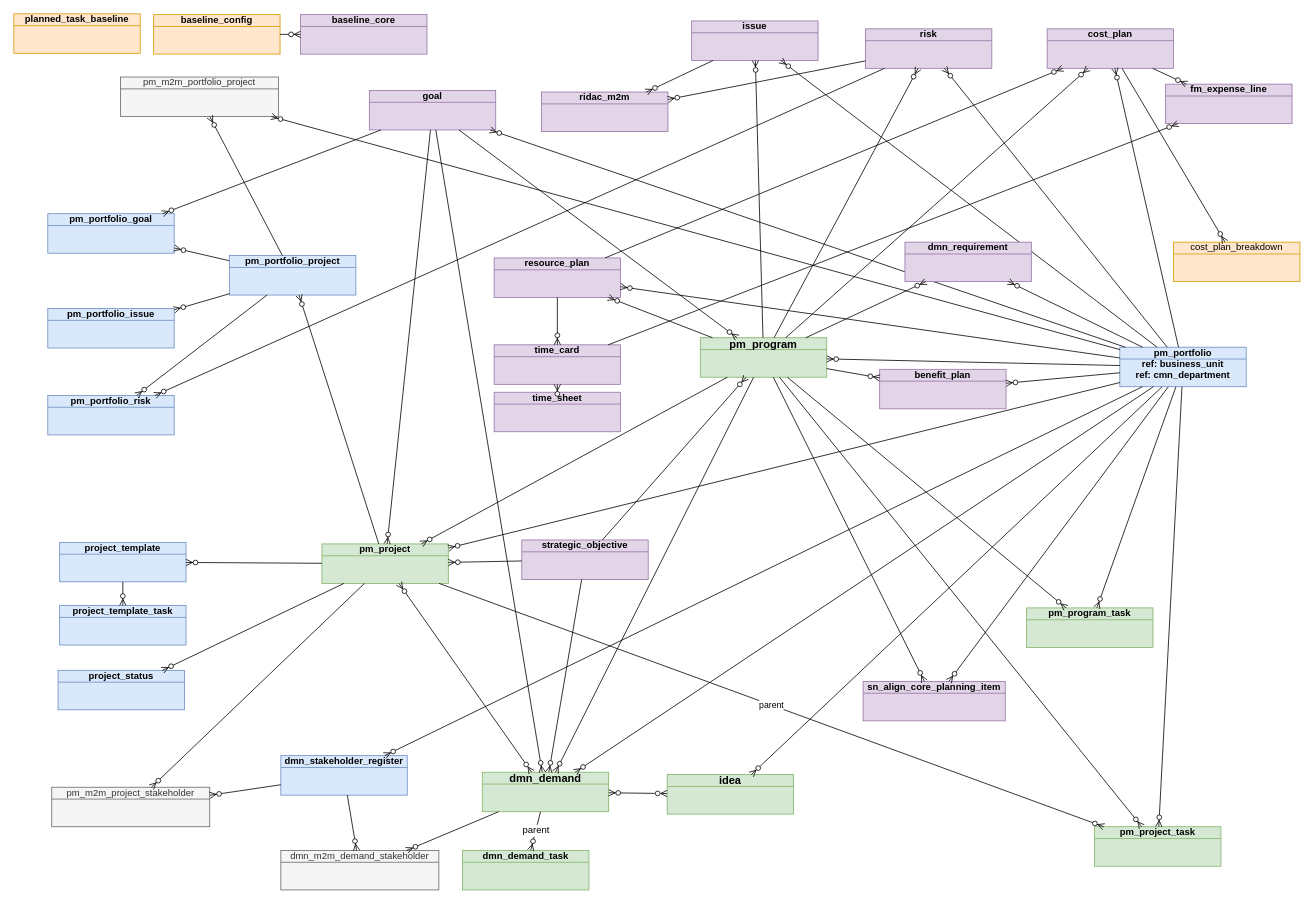
Before: page "justContextDB" (2 of 13) of JTI.drawio in algimas/tmp, a draw.io diagram. Source tidied: cells renumbered, new cells numbered last; positions are measured from the earlier drawing's top-left corner, leaving out a move shared by most shapes. Both pictures are drawn from the tidied source at 79%, with x=0, y=0 at pixel (13, 13).
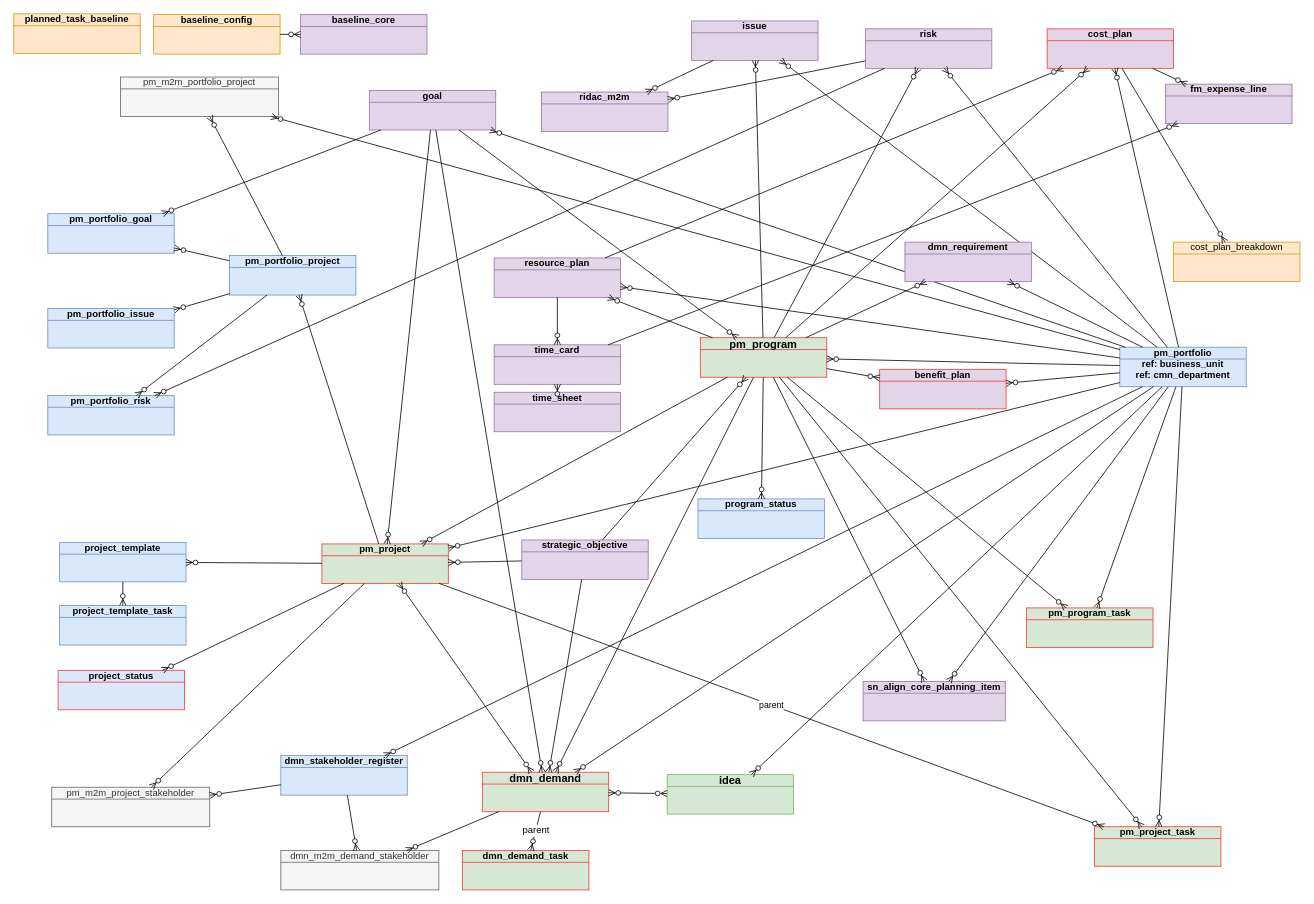
The same page after the edit.

What changed in the source:
```diff
@@
-    <mxCell id="4" value="pm_project" style="html=1;outlineConnect=0;whiteSpace=wrap;fillColor=#d5e8d4;shape=mxgraph.archimate3.businessObject;overflow=fill;strokeColor=#82b366;fontStyle=1;" parent="1" vertex="1">
+    <mxCell id="4" value="pm_project" style="html=1;outlineConnect=0;whiteSpace=wrap;fillColor=#d5e8d4;shape=mxgraph.archimate3.businessObject;overflow=fill;strokeColor=#FF3333;fontStyle=1;" parent="1" vertex="1">
       <mxGeometry x="390" y="671" width="160" height="50" as="geometry" />
     </mxCell>
@@
-    <mxCell id="7" value="dmn_demand" style="html=1;outlineConnect=0;whiteSpace=wrap;fillColor=#d5e8d4;shape=mxgraph.archimate3.businessObject;overflow=fill;strokeColor=#82b366;fontStyle=1;fontSize=14;" parent="1" vertex="1">
+    <mxCell id="7" value="dmn_demand" style="html=1;outlineConnect=0;whiteSpace=wrap;fillColor=#d5e8d4;shape=mxgraph.archimate3.businessObject;overflow=fill;strokeColor=#FF3333;fontStyle=1;fontSize=14;" parent="1" vertex="1">
       <mxGeometry x="593" y="960" width="160" height="50" as="geometry" />
     </mxCell>
-    <mxCell id="8" value="pm_program_task" style="html=1;outlineConnect=0;whiteSpace=wrap;fillColor=#d5e8d4;shape=mxgraph.archimate3.businessObject;overflow=fill;strokeColor=#82b366;fontStyle=1;" parent="1" vertex="1">
+    <mxCell id="8" value="pm_program_task" style="html=1;outlineConnect=0;whiteSpace=wrap;fillColor=#d5e8d4;shape=mxgraph.archimate3.businessObject;overflow=fill;strokeColor=#FF3333;fontStyle=1;" parent="1" vertex="1">
       <mxGeometry x="1282" y="752" width="160" height="50" as="geometry" />
     </mxCell>
@@
-    <mxCell id="11" value="project_status" style="html=1;outlineConnect=0;whiteSpace=wrap;fillColor=#dae8fc;shape=mxgraph.archimate3.businessObject;overflow=fill;strokeColor=#6c8ebf;fontStyle=1;" parent="1" vertex="1">
+    <mxCell id="11" value="project_status" style="html=1;outlineConnect=0;whiteSpace=wrap;fillColor=#dae8fc;shape=mxgraph.archimate3.businessObject;overflow=fill;strokeColor=#FF3333;fontStyle=1;" parent="1" vertex="1">
       <mxGeometry x="56" y="831" width="160" height="50" as="geometry" />
     </mxCell>
@@
-    <mxCell id="16" value="pm_project_task" style="html=1;outlineConnect=0;whiteSpace=wrap;fillColor=#d5e8d4;shape=mxgraph.archimate3.businessObject;overflow=fill;strokeColor=#82b366;fontStyle=1;" parent="1" vertex="1">
+    <mxCell id="16" value="pm_project_task" style="html=1;outlineConnect=0;whiteSpace=wrap;fillColor=#d5e8d4;shape=mxgraph.archimate3.businessObject;overflow=fill;strokeColor=#FF3333;fontStyle=1;" parent="1" vertex="1">
       <mxGeometry x="1368" y="1029" width="160" height="50" as="geometry" />
     </mxCell>
@@
-    <mxCell id="18" value="dmn_demand_task" style="html=1;outlineConnect=0;whiteSpace=wrap;fillColor=#d5e8d4;shape=mxgraph.archimate3.businessObject;overflow=fill;strokeColor=#82b366;fontStyle=1;" parent="1" vertex="1">
+    <mxCell id="18" value="dmn_demand_task" style="html=1;outlineConnect=0;whiteSpace=wrap;fillColor=#d5e8d4;shape=mxgraph.archimate3.businessObject;overflow=fill;strokeColor=#FF3333;fontStyle=1;" parent="1" vertex="1">
       <mxGeometry x="568" y="1059" width="160" height="50" as="geometry" />
     </mxCell>
@@
-    <mxCell id="28" value="pm_program" style="html=1;outlineConnect=0;whiteSpace=wrap;fillColor=#d5e8d4;shape=mxgraph.archimate3.businessObject;overflow=fill;strokeColor=#82b366;fontStyle=1;fontSize=14;" parent="1" vertex="1">
+    <mxCell id="28" value="pm_program" style="html=1;outlineConnect=0;whiteSpace=wrap;fillColor=#d5e8d4;shape=mxgraph.archimate3.businessObject;overflow=fill;strokeColor=#FF3333;fontStyle=1;fontSize=14;" parent="1" vertex="1">
       <mxGeometry x="869" y="410" width="160" height="50" as="geometry" />
     </mxCell>
@@
-    <mxCell id="46" value="cost_plan" style="html=1;outlineConnect=0;whiteSpace=wrap;fillColor=#e1d5e7;shape=mxgraph.archimate3.businessObject;overflow=fill;strokeColor=#9673a6;fontStyle=1;" parent="1" vertex="1">
+    <mxCell id="46" value="cost_plan" style="html=1;outlineConnect=0;whiteSpace=wrap;fillColor=#e1d5e7;shape=mxgraph.archimate3.businessObject;overflow=fill;strokeColor=#FF3333;fontStyle=1;shadow=0;" parent="1" vertex="1">
       <mxGeometry x="1308" y="19" width="160" height="50" as="geometry" />
     </mxCell>
@@
-    <mxCell id="88" value="benefit_plan" style="html=1;outlineConnect=0;whiteSpace=wrap;fillColor=#e1d5e7;shape=mxgraph.archimate3.businessObject;overflow=fill;strokeColor=#9673a6;fontStyle=1;" parent="1" vertex="1">
+    <mxCell id="88" value="benefit_plan" style="html=1;outlineConnect=0;whiteSpace=wrap;fillColor=#e1d5e7;shape=mxgraph.archimate3.businessObject;overflow=fill;strokeColor=#FF3333;fontStyle=1;" parent="1" vertex="1">
       <mxGeometry x="1096" y="450" width="160" height="50" as="geometry" />
     </mxCell>
@@
+    <mxCell id="99" value="program_status" style="html=1;outlineConnect=0;whiteSpace=wrap;fillColor=#dae8fc;shape=mxgraph.archimate3.businessObject;overflow=fill;strokeColor=#6c8ebf;fontStyle=1;" parent="1" vertex="1">
+      <mxGeometry x="866" y="614" width="160" height="50" as="geometry" />
+    </mxCell>
+    <mxCell id="100" style="fontSize=12;html=1;endArrow=ERzeroToMany;endFill=1;rounded=0;" parent="1" edge="1" source="28" target="99">
+      <mxGeometry relative="1" as="geometry" />
+    </mxCell>
```
